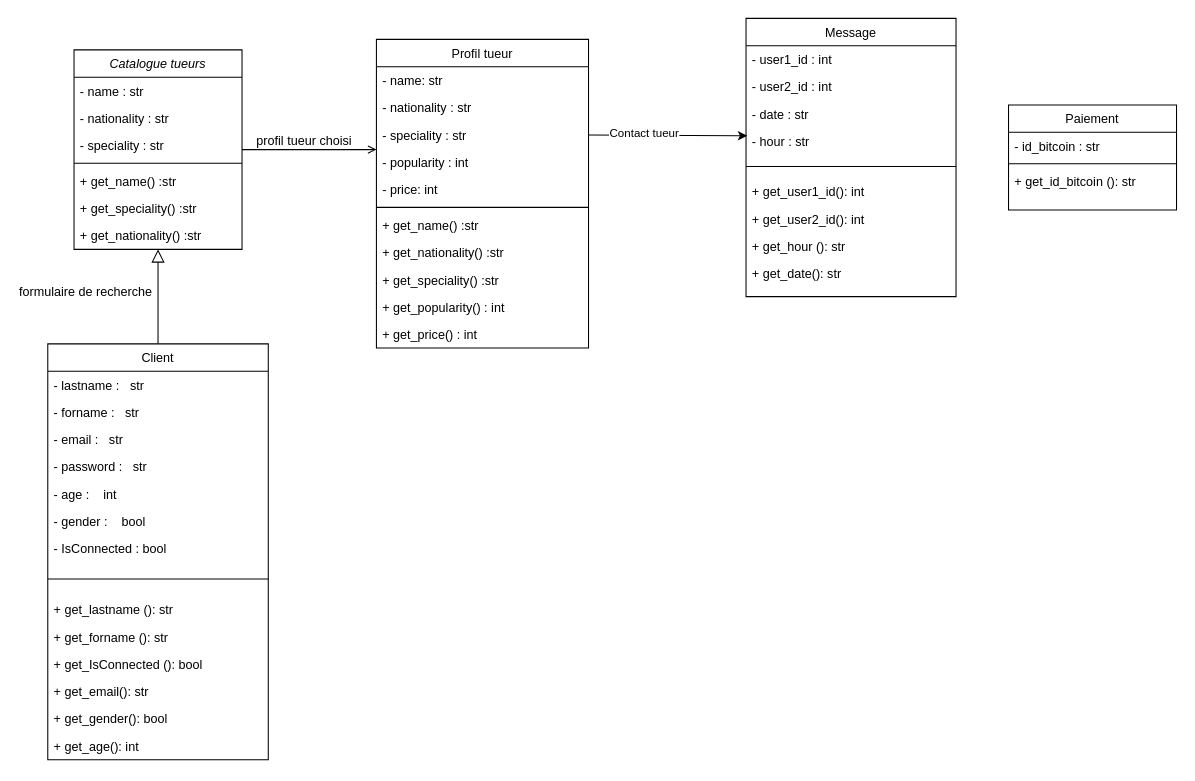
The draw.io diagram page "Diagramme de classe" (6 of 6) of Diagrams.drawio in Inebhis/uml-project, before the edit. Source tidied: cells renumbered, new cells numbered last; positions are measured from the earlier drawing's top-left corner, leaving out a move shared by most shapes. Both pictures are drawn from the tidied source at 105%, with x=0, y=0 at pixel (47, 18).
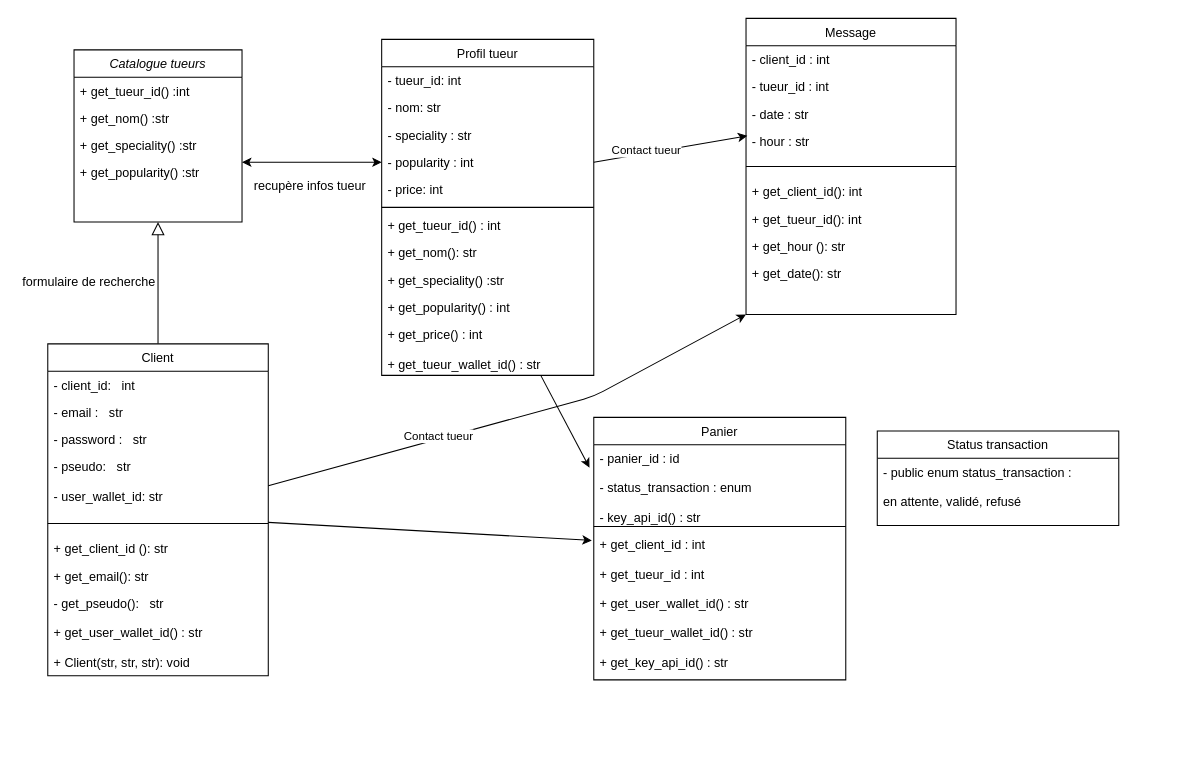
The same page after the edit.

The change refers to these unchanged cells:
```xml
<mxCell id="20" value="- hour : str&#10;" style="text;align=left;verticalAlign=top;spacingLeft=4;spacingRight=4;overflow=hidden;points=[[0,0.5],[1,0.5]];portConstraint=eastwest;" parent="16" vertex="1">
  <mxGeometry y="104" width="200" height="26" as="geometry" />
</mxCell>
<mxCell id="48" value="- speciality : str" style="text;align=left;verticalAlign=top;spacingLeft=4;spacingRight=4;overflow=hidden;points=[[0,0.5],[1,0.5]];portConstraint=eastwest;rounded=0;shadow=0;html=0;" parent="45" vertex="1">
  <mxGeometry y="78" width="202" height="26" as="geometry" />
</mxCell>
<mxCell id="49" value="- popularity : int" style="text;align=left;verticalAlign=top;spacingLeft=4;spacingRight=4;overflow=hidden;points=[[0,0.5],[1,0.5]];portConstraint=eastwest;rounded=0;shadow=0;html=0;" parent="45" vertex="1">
  <mxGeometry y="104" width="202" height="26" as="geometry" />
</mxCell>
```

Change to the diagram source:
```diff
@@
+    <mxCell id="8" value="Catalogue tueurs" style="swimlane;fontStyle=2;align=center;verticalAlign=top;horizontal=1;startSize=26;rounded=0;shadow=0;strokeWidth=1;" parent="1" vertex="1">
+      <mxGeometry x="25" y="30" width="160" height="164" as="geometry" />
+    </mxCell>
+    <mxCell id="57" value="+ get_tueur_id() :int" style="text;align=left;verticalAlign=top;spacingLeft=4;spacingRight=4;overflow=hidden;rounded=0;shadow=0;html=0;" parent="8" vertex="1">
+      <mxGeometry y="26" width="160" height="26" as="geometry" />
+    </mxCell>
+    <mxCell id="58" value="+ get_nom() :str" style="text;align=left;verticalAlign=top;spacingLeft=4;spacingRight=4;overflow=hidden;rounded=0;shadow=0;html=0;" parent="8" vertex="1">
+      <mxGeometry y="52" width="160" height="26" as="geometry" />
+    </mxCell>
+    <mxCell id="14" value="+ get_speciality() :str" style="text;align=left;verticalAlign=top;spacingLeft=4;spacingRight=4;overflow=hidden;rounded=0;shadow=0;html=0;" parent="8" vertex="1">
+      <mxGeometry y="78" width="160" height="26" as="geometry" />
+    </mxCell>
+    <mxCell id="59" value="+ get_popularity() :str" style="text;align=left;verticalAlign=top;spacingLeft=4;spacingRight=4;overflow=hidden;rounded=0;shadow=0;html=0;" parent="8" vertex="1">
+      <mxGeometry y="104" width="160" height="26" as="geometry" />
+    </mxCell>
@@
-    <mxCell id="3" style="endArrow=open;shadow=0;strokeWidth=1;rounded=0;endFill=1;edgeStyle=elbowEdgeStyle;elbow=vertical;" parent="1" edge="1" source="8" target="45">
-      <mxGeometry x="0.5" y="41" relative="1" as="geometry">
-        <mxPoint x="-40" y="32" as="offset" />
-      </mxGeometry>
-    </mxCell>
-    <mxCell id="4" value="profil tueur choisi" style="text;html=1;align=center;verticalAlign=middle;labelBackgroundColor=none;rounded=0;shadow=0;strokeWidth=1;fontSize=12;" parent="3" vertex="1">
-      <mxGeometry x="0.5" y="49" relative="1" as="geometry">
-        <mxPoint x="-38" y="40" as="offset" />
-      </mxGeometry>
-    </mxCell>
-    <mxCell id="5" value="formulaire de recherche" style="text;html=1;align=center;verticalAlign=middle;labelBackgroundColor=none;rounded=0;shadow=0;strokeWidth=1;fontSize=12;" parent="1" vertex="1">
-      <mxGeometry x="35" y="260" as="geometry" />
-    </mxCell>
-    <mxCell id="6" style="endArrow=classic;html=1;exitX=1;exitY=0.5;exitDx=0;exitDy=0;entryX=0.006;entryY=0.301;entryDx=0;entryDy=0;entryPerimeter=0;" parent="1" edge="1" source="48" target="20">
-      <mxGeometry relative="1" as="geometry" />
-    </mxCell>
-    <mxCell id="7" value="Contact tueur" style="edgeLabel;html=1;align=center;verticalAlign=middle;" parent="6" vertex="1">
-      <mxGeometry x="-0.31" y="3" relative="1" as="geometry" />
-    </mxCell>
-    <mxCell id="8" value="Catalogue tueurs" style="swimlane;fontStyle=2;align=center;verticalAlign=top;horizontal=1;startSize=26;rounded=0;shadow=0;strokeWidth=1;" parent="1" vertex="1">
-      <mxGeometry x="25" y="30" width="160" height="190" as="geometry" />
-    </mxCell>
-    <mxCell id="9" value="- name : str" style="text;align=left;verticalAlign=top;spacingLeft=4;spacingRight=4;overflow=hidden;" parent="8" vertex="1">
-      <mxGeometry y="26" width="160" height="26" as="geometry" />
-    </mxCell>
-    <mxCell id="10" value="- nationality : str" style="text;align=left;verticalAlign=top;spacingLeft=4;spacingRight=4;overflow=hidden;rounded=0;shadow=0;html=0;" parent="8" vertex="1">
-      <mxGeometry y="52" width="160" height="26" as="geometry" />
-    </mxCell>
-    <mxCell id="11" value="- speciality : str" style="text;align=left;verticalAlign=top;spacingLeft=4;spacingRight=4;overflow=hidden;rounded=0;shadow=0;html=0;" parent="8" vertex="1">
-      <mxGeometry y="78" width="160" height="26" as="geometry" />
-    </mxCell>
-    <mxCell id="12" style="line;html=1;strokeWidth=1;align=left;verticalAlign=middle;spacingTop=-1;spacingLeft=3;spacingRight=3;labelPosition=right;" parent="8" vertex="1">
-      <mxGeometry y="104" width="160" height="8" as="geometry" />
-    </mxCell>
-    <mxCell id="13" value="+ get_name() :str" style="text;align=left;verticalAlign=top;spacingLeft=4;spacingRight=4;overflow=hidden;rounded=0;shadow=0;html=0;" parent="8" vertex="1">
-      <mxGeometry y="112" width="160" height="26" as="geometry" />
-    </mxCell>
-    <mxCell id="14" value="+ get_speciality() :str" style="text;align=left;verticalAlign=top;spacingLeft=4;spacingRight=4;overflow=hidden;rounded=0;shadow=0;html=0;" parent="8" vertex="1">
-      <mxGeometry y="138" width="160" height="26" as="geometry" />
-    </mxCell>
-    <mxCell id="15" value="+ get_nationality() :str" style="text;align=left;verticalAlign=top;spacingLeft=4;spacingRight=4;overflow=hidden;rounded=0;shadow=0;html=0;" parent="8" vertex="1">
-      <mxGeometry y="164" width="160" height="26" as="geometry" />
-    </mxCell>
     <mxCell id="16" value="Message" style="swimlane;fontStyle=0;align=center;verticalAlign=top;horizontal=1;startSize=26;rounded=0;shadow=0;strokeWidth=1;" parent="1" vertex="1">
-      <mxGeometry x="665" width="200" height="265" as="geometry" />
+      <mxGeometry x="665" width="200" height="282" as="geometry" />
     </mxCell>
-    <mxCell id="17" value="- user1_id : int" style="text;align=left;verticalAlign=top;spacingLeft=4;spacingRight=4;overflow=hidden;" parent="16" vertex="1">
-      <mxGeometry y="26" width="200" height="26" as="geometry" />
-    </mxCell>
-    <mxCell id="18" value="- user2_id : int" style="text;align=left;verticalAlign=top;spacingLeft=4;spacingRight=4;overflow=hidden;" parent="16" vertex="1">
-      <mxGeometry y="52" width="200" height="26" as="geometry" />
-    </mxCell>
+    <mxCell id="60" value="- client_id : int" style="text;align=left;verticalAlign=top;spacingLeft=4;spacingRight=4;overflow=hidden;" parent="16" vertex="1">
+      <mxGeometry y="26" width="200" height="26" as="geometry" />
+    </mxCell>
+    <mxCell id="61" value="- tueur_id : int" style="text;align=left;verticalAlign=top;spacingLeft=4;spacingRight=4;overflow=hidden;" parent="16" vertex="1">
+      <mxGeometry y="52" width="200" height="26" as="geometry" />
+    </mxCell>
@@
-    <mxCell id="22" value="+ get_user1_id(): int&#10;" style="text;align=left;verticalAlign=top;spacingLeft=4;spacingRight=4;overflow=hidden;" parent="16" vertex="1">
-      <mxGeometry y="152" width="200" height="26" as="geometry" />
-    </mxCell>
-    <mxCell id="23" value="+ get_user2_id(): int&#10;" style="text;align=left;verticalAlign=top;spacingLeft=4;spacingRight=4;overflow=hidden;" parent="16" vertex="1">
-      <mxGeometry y="178" width="200" height="26" as="geometry" />
-    </mxCell>
+    <mxCell id="62" value="+ get_client_id(): int&#10;" style="text;align=left;verticalAlign=top;spacingLeft=4;spacingRight=4;overflow=hidden;" parent="16" vertex="1">
+      <mxGeometry y="152" width="200" height="26" as="geometry" />
+    </mxCell>
+    <mxCell id="63" value="+ get_tueur_id(): int&#10;" style="text;align=left;verticalAlign=top;spacingLeft=4;spacingRight=4;overflow=hidden;" parent="16" vertex="1">
+      <mxGeometry y="178" width="200" height="26" as="geometry" />
+    </mxCell>
@@
-    <mxCell id="26" value="Paiement" style="swimlane;fontStyle=0;align=center;verticalAlign=top;horizontal=1;startSize=26;rounded=0;shadow=0;strokeWidth=1;" parent="1" vertex="1">
-      <mxGeometry x="915" y="82.5" width="160" height="100" as="geometry" />
-    </mxCell>
-    <mxCell id="27" value="- id_bitcoin : str" style="text;align=left;verticalAlign=top;spacingLeft=4;spacingRight=4;overflow=hidden;" parent="26" vertex="1">
-      <mxGeometry y="26" width="160" height="26" as="geometry" />
-    </mxCell>
-    <mxCell id="28" style="line;html=1;strokeWidth=1;align=left;verticalAlign=middle;spacingTop=-1;spacingLeft=3;spacingRight=3;labelPosition=right;" parent="26" vertex="1">
-      <mxGeometry y="52" width="160" height="8" as="geometry" />
-    </mxCell>
-    <mxCell id="29" value="+ get_id_bitcoin (): str" style="text;align=left;verticalAlign=top;spacingLeft=4;spacingRight=4;overflow=hidden;" parent="26" vertex="1">
-      <mxGeometry y="60" width="160" height="26" as="geometry" />
-    </mxCell>
     <mxCell id="30" value="Client" style="swimlane;fontStyle=0;align=center;verticalAlign=top;horizontal=1;startSize=26;rounded=0;shadow=0;strokeWidth=1;" parent="1" vertex="1">
-      <mxGeometry y="310" width="210" height="396" as="geometry" />
+      <mxGeometry y="310" width="210" height="316" as="geometry" />
     </mxCell>
-    <mxCell id="31" value="- lastname :   str" style="text;align=left;verticalAlign=top;spacingLeft=4;spacingRight=4;overflow=hidden;" parent="30" vertex="1">
-      <mxGeometry y="26" width="210" height="26" as="geometry" />
-    </mxCell>
-    <mxCell id="32" value="- forname :   str" style="text;align=left;verticalAlign=top;spacingLeft=4;spacingRight=4;overflow=hidden;rounded=0;shadow=0;html=0;" parent="30" vertex="1">
-      <mxGeometry y="52" width="210" height="26" as="geometry" />
-    </mxCell>
+    <mxCell id="64" value="- client_id:   int" style="text;align=left;verticalAlign=top;spacingLeft=4;spacingRight=4;overflow=hidden;" parent="30" vertex="1">
+      <mxGeometry y="26" width="210" height="26" as="geometry" />
+    </mxCell>
     <mxCell id="33" value="- email  :   str" style="text;align=left;verticalAlign=top;spacingLeft=4;spacingRight=4;overflow=hidden;rounded=0;shadow=0;html=0;" parent="30" vertex="1">
-      <mxGeometry y="78" width="210" height="26" as="geometry" />
+      <mxGeometry y="52" width="210" height="26" as="geometry" />
     </mxCell>
     <mxCell id="34" value="- password :   str" style="text;align=left;verticalAlign=top;spacingLeft=4;spacingRight=4;overflow=hidden;rounded=0;shadow=0;html=0;" parent="30" vertex="1">
-      <mxGeometry y="104" width="210" height="26" as="geometry" />
+      <mxGeometry y="78" width="210" height="26" as="geometry" />
     </mxCell>
-    <mxCell id="35" value="- age :    int" style="text;align=left;verticalAlign=top;spacingLeft=4;spacingRight=4;overflow=hidden;rounded=0;shadow=0;html=0;" parent="30" vertex="1">
-      <mxGeometry y="130" width="210" height="26" as="geometry" />
-    </mxCell>
-    <mxCell id="36" value="- gender :    bool" style="text;align=left;verticalAlign=top;spacingLeft=4;spacingRight=4;overflow=hidden;rounded=0;shadow=0;html=0;" parent="30" vertex="1">
-      <mxGeometry y="156" width="210" height="26" as="geometry" />
-    </mxCell>
-    <mxCell id="37" value="- IsConnected : bool" style="text;align=left;verticalAlign=top;spacingLeft=4;spacingRight=4;overflow=hidden;rounded=0;shadow=0;html=0;" parent="30" vertex="1">
-      <mxGeometry y="182" width="210" height="26" as="geometry" />
-    </mxCell>
-    <mxCell id="38" style="line;html=1;strokeWidth=1;align=left;verticalAlign=middle;spacingTop=-1;spacingLeft=3;spacingRight=3;labelPosition=right;" parent="30" vertex="1">
-      <mxGeometry y="208" width="210" height="32" as="geometry" />
-    </mxCell>
-    <mxCell id="39" value="+ get_lastname (): str" style="text;align=left;verticalAlign=top;spacingLeft=4;spacingRight=4;overflow=hidden;rounded=0;shadow=0;html=0;" parent="30" vertex="1">
-      <mxGeometry y="240" width="210" height="26" as="geometry" />
-    </mxCell>
-    <mxCell id="40" value="+ get_forname (): str" style="text;align=left;verticalAlign=top;spacingLeft=4;spacingRight=4;overflow=hidden;rounded=0;shadow=0;html=0;" parent="30" vertex="1">
-      <mxGeometry y="266" width="210" height="26" as="geometry" />
-    </mxCell>
-    <mxCell id="41" value="+ get_IsConnected (): bool" style="text;align=left;verticalAlign=top;spacingLeft=4;spacingRight=4;overflow=hidden;rounded=0;shadow=0;html=0;" parent="30" vertex="1">
-      <mxGeometry y="292" width="210" height="26" as="geometry" />
-    </mxCell>
+    <mxCell id="65" value="- pseudo:   str&#10;&#10;- user_wallet_id: str&#10;" style="text;align=left;verticalAlign=top;spacingLeft=4;spacingRight=4;overflow=hidden;rounded=0;shadow=0;html=0;" parent="30" vertex="1">
+      <mxGeometry y="104" width="210" height="56" as="geometry" />
+    </mxCell>
+    <mxCell id="66" style="line;html=1;strokeWidth=1;align=left;verticalAlign=middle;spacingTop=-1;spacingLeft=3;spacingRight=3;labelPosition=right;" parent="30" vertex="1">
+      <mxGeometry y="160" width="210" height="22" as="geometry" />
+    </mxCell>
+    <mxCell id="67" value="+ get_client_id (): str" style="text;align=left;verticalAlign=top;spacingLeft=4;spacingRight=4;overflow=hidden;rounded=0;shadow=0;html=0;" parent="30" vertex="1">
+      <mxGeometry y="182" width="210" height="26" as="geometry" />
+    </mxCell>
     <mxCell id="42" value="+ get_email(): str" style="text;align=left;verticalAlign=top;spacingLeft=4;spacingRight=4;overflow=hidden;rounded=0;shadow=0;html=0;" parent="30" vertex="1">
-      <mxGeometry y="318" width="210" height="26" as="geometry" />
+      <mxGeometry y="208" width="210" height="26" as="geometry" />
     </mxCell>
-    <mxCell id="43" value="+ get_gender(): bool" style="text;align=left;verticalAlign=top;spacingLeft=4;spacingRight=4;overflow=hidden;rounded=0;shadow=0;html=0;" parent="30" vertex="1">
-      <mxGeometry y="344" width="210" height="26" as="geometry" />
-    </mxCell>
-    <mxCell id="44" value="+ get_age(): int" style="text;align=left;verticalAlign=top;spacingLeft=4;spacingRight=4;overflow=hidden;rounded=0;shadow=0;html=0;" parent="30" vertex="1">
-      <mxGeometry y="370" width="210" height="26" as="geometry" />
-    </mxCell>
+    <mxCell id="68" value="- get_pseudo():   str&#10;&#10;+ get_user_wallet_id() : str&#10;" style="text;align=left;verticalAlign=top;spacingLeft=4;spacingRight=4;overflow=hidden;rounded=0;shadow=0;html=0;" parent="30" vertex="1">
+      <mxGeometry y="234" width="210" height="56" as="geometry" />
+    </mxCell>
+    <mxCell id="69" value="+ Client(str, str, str): void " style="text;align=left;verticalAlign=top;spacingLeft=4;spacingRight=4;overflow=hidden;rounded=0;shadow=0;html=0;" parent="30" vertex="1">
+      <mxGeometry y="290" width="210" height="26" as="geometry" />
+    </mxCell>
+    <mxCell id="5" value="formulaire de recherche" style="text;html=1;align=center;verticalAlign=middle;labelBackgroundColor=none;rounded=0;shadow=0;strokeWidth=1;fontSize=12;" parent="1" vertex="1">
+      <mxGeometry x="45" y="250" as="geometry">
+        <mxPoint x="-7" as="offset" />
+      </mxGeometry>
+    </mxCell>
+    <mxCell id="70" style="endArrow=classic;html=1;exitX=1;exitY=0.5;exitDx=0;exitDy=0;entryX=0.006;entryY=0.301;entryDx=0;entryDy=0;entryPerimeter=0;" parent="1" edge="1" source="49" target="20">
+      <mxGeometry relative="1" as="geometry" />
+    </mxCell>
+    <mxCell id="71" value="Contact tueur" style="edgeLabel;html=1;align=center;verticalAlign=middle;" parent="70" vertex="1">
+      <mxGeometry x="-0.31" y="3" relative="1" as="geometry" />
+    </mxCell>
+    <mxCell id="72" style="endArrow=classic;startArrow=classic;html=1;entryX=0;entryY=0.5;entryDx=0;entryDy=0;" parent="1" edge="1" target="49">
+      <mxGeometry relative="1" as="geometry">
+        <mxPoint x="185" y="137" as="sourcePoint" />
+      </mxGeometry>
+    </mxCell>
+    <mxCell id="73" value="recupère infos tueur" style="text;html=1;strokeColor=none;fillColor=none;align=center;verticalAlign=middle;whiteSpace=wrap;rounded=0;" parent="1" vertex="1">
+      <mxGeometry x="195" y="150" width="110" height="20" as="geometry" />
+    </mxCell>
+    <mxCell id="74" style="endArrow=classic;html=1;exitX=1;exitY=0.5;exitDx=0;exitDy=0;entryX=0;entryY=1;entryDx=0;entryDy=0;" parent="1" edge="1" target="16">
+      <mxGeometry relative="1" as="geometry">
+        <mxPoint x="210" y="445.2" as="sourcePoint" />
+        <Array as="points">
+          <mxPoint x="520" y="360" />
+        </Array>
+      </mxGeometry>
+    </mxCell>
+    <mxCell id="75" value="Contact tueur" style="edgeLabel;html=1;align=center;verticalAlign=middle;" parent="74" vertex="1">
+      <mxGeometry x="-0.31" y="3" relative="1" as="geometry" />
+    </mxCell>
+    <mxCell id="76" value="Panier" style="swimlane;fontStyle=0;align=center;verticalAlign=top;horizontal=1;startSize=26;rounded=0;shadow=0;strokeWidth=1;" parent="1" vertex="1">
+      <mxGeometry x="520" y="380" width="240" height="250" as="geometry" />
+    </mxCell>
+    <mxCell id="77" value="- panier_id : id&#10;&#10;- status_transaction : enum&#10;&#10;- key_api_id() : str&#10;&#10;" style="text;align=left;verticalAlign=top;spacingLeft=4;spacingRight=4;overflow=hidden;points=[[0,0.5],[1,0.5]];portConstraint=eastwest;" parent="76" vertex="1">
+      <mxGeometry y="26" width="240" height="74" as="geometry" />
+    </mxCell>
+    <mxCell id="78" style="line;html=1;strokeWidth=1;align=left;verticalAlign=middle;spacingTop=-1;spacingLeft=3;spacingRight=3;labelPosition=right;" parent="76" vertex="1">
+      <mxGeometry y="100" width="240" height="8" as="geometry" />
+    </mxCell>
+    <mxCell id="79" value="+ get_client_id : int&#10;&#10;+ get_tueur_id : int&#10;&#10;+ get_user_wallet_id() : str&#10;&#10;+ get_tueur_wallet_id() : str&#10;&#10;+ get_key_api_id() : str&#10;" style="text;align=left;verticalAlign=top;spacingLeft=4;spacingRight=4;overflow=hidden;points=[[0,0.5],[1,0.5]];portConstraint=eastwest;" parent="76" vertex="1">
+      <mxGeometry y="108" width="240" height="142" as="geometry" />
+    </mxCell>
     <mxCell id="45" value="Profil tueur" style="swimlane;fontStyle=0;align=center;verticalAlign=top;horizontal=1;startSize=26;rounded=0;shadow=0;strokeWidth=1;" parent="1" vertex="1">
-      <mxGeometry x="313" y="20" width="202" height="294" as="geometry" />
+      <mxGeometry x="318" y="20" width="202" height="320" as="geometry" />
     </mxCell>
-    <mxCell id="46" value="- name: str" style="text;align=left;verticalAlign=top;spacingLeft=4;spacingRight=4;overflow=hidden;" parent="45" vertex="1">
-      <mxGeometry y="26" width="202" height="26" as="geometry" />
-    </mxCell>
-    <mxCell id="47" value="- nationality : str" style="text;align=left;verticalAlign=top;spacingLeft=4;spacingRight=4;overflow=hidden;rounded=0;shadow=0;html=0;" parent="45" vertex="1">
-      <mxGeometry y="52" width="202" height="26" as="geometry" />
-    </mxCell>
+    <mxCell id="80" value="- tueur_id: int" style="text;align=left;verticalAlign=top;spacingLeft=4;spacingRight=4;overflow=hidden;" parent="45" vertex="1">
+      <mxGeometry y="26" width="202" height="26" as="geometry" />
+    </mxCell>
+    <mxCell id="81" value="- nom: str" style="text;align=left;verticalAlign=top;spacingLeft=4;spacingRight=4;overflow=hidden;rounded=0;shadow=0;html=0;" parent="45" vertex="1">
+      <mxGeometry y="52" width="202" height="26" as="geometry" />
+    </mxCell>
@@
-    <mxCell id="52" value="+ get_name() :str" style="text;align=left;verticalAlign=top;spacingLeft=4;spacingRight=4;overflow=hidden;rounded=0;shadow=0;html=0;" parent="45" vertex="1">
-      <mxGeometry y="164" width="202" height="26" as="geometry" />
-    </mxCell>
-    <mxCell id="53" value="+ get_nationality() :str" style="text;align=left;verticalAlign=top;spacingLeft=4;spacingRight=4;overflow=hidden;rounded=0;shadow=0;html=0;" parent="45" vertex="1">
-      <mxGeometry y="190" width="202" height="26" as="geometry" />
-    </mxCell>
+    <mxCell id="82" value="+ get_tueur_id() : int" style="text;align=left;verticalAlign=top;spacingLeft=4;spacingRight=4;overflow=hidden;rounded=0;shadow=0;html=0;" parent="45" vertex="1">
+      <mxGeometry y="164" width="202" height="26" as="geometry" />
+    </mxCell>
+    <mxCell id="83" value="+ get_nom(): str" style="text;align=left;verticalAlign=top;spacingLeft=4;spacingRight=4;overflow=hidden;rounded=0;shadow=0;html=0;" parent="45" vertex="1">
+      <mxGeometry y="190" width="202" height="26" as="geometry" />
+    </mxCell>
@@
-    <mxCell id="56" value="+ get_price() : int" style="text;align=left;verticalAlign=top;spacingLeft=4;spacingRight=4;overflow=hidden;rounded=0;shadow=0;html=0;" parent="45" vertex="1">
-      <mxGeometry y="268" width="202" height="26" as="geometry" />
-    </mxCell>
+    <mxCell id="84" value="+ get_price() : int&#10;&#10;+ get_tueur_wallet_id() : str&#10;" style="text;align=left;verticalAlign=top;spacingLeft=4;spacingRight=4;overflow=hidden;rounded=0;shadow=0;html=0;" parent="45" vertex="1">
+      <mxGeometry y="268" width="202" height="52" as="geometry" />
+    </mxCell>
+    <mxCell id="85" value="Status transaction" style="swimlane;fontStyle=0;align=center;verticalAlign=top;horizontal=1;startSize=26;rounded=0;shadow=0;strokeWidth=1;" parent="1" vertex="1">
+      <mxGeometry x="790" y="393" width="230" height="90" as="geometry" />
+    </mxCell>
+    <mxCell id="86" value="- public enum status_transaction : &#10;&#10;en attente, validé, refusé&#10;" style="text;align=left;verticalAlign=top;spacingLeft=4;spacingRight=4;overflow=hidden;" parent="85" vertex="1">
+      <mxGeometry y="26" width="230" height="54" as="geometry" />
+    </mxCell>
+    <mxCell id="87" style="endArrow=classic;html=1;entryX=-0.008;entryY=0.065;entryDx=0;entryDy=0;entryPerimeter=0;" parent="1" edge="1" target="79">
+      <mxGeometry relative="1" as="geometry">
+        <mxPoint x="210" y="480" as="sourcePoint" />
+      </mxGeometry>
+    </mxCell>
+    <mxCell id="88" style="endArrow=classic;html=1;entryX=-0.017;entryY=0.296;entryDx=0;entryDy=0;entryPerimeter=0;exitX=0.75;exitY=1;exitDx=0;exitDy=0;" parent="1" edge="1" source="45" target="77">
+      <mxGeometry relative="1" as="geometry" />
+    </mxCell>
```
